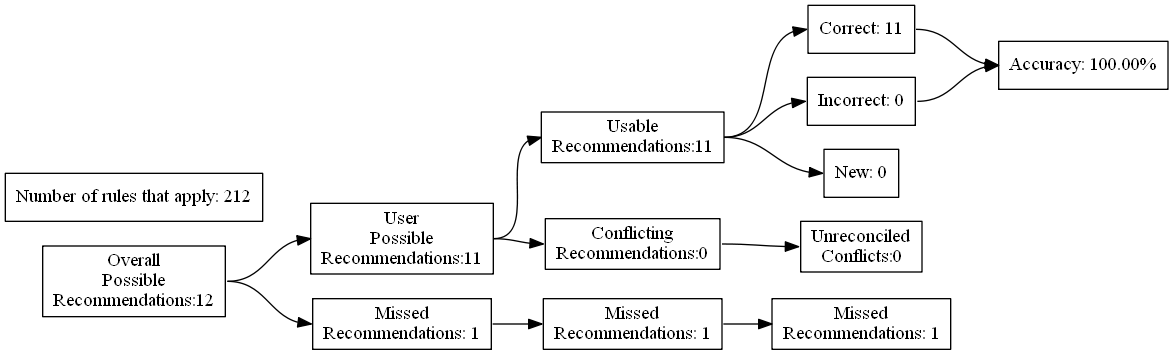
Earlier version of the Graphviz export test_renders/16.gv.png (ZaxR/ibd_diet_analysis). Its source is kept beside it as test_renders/16.gv.
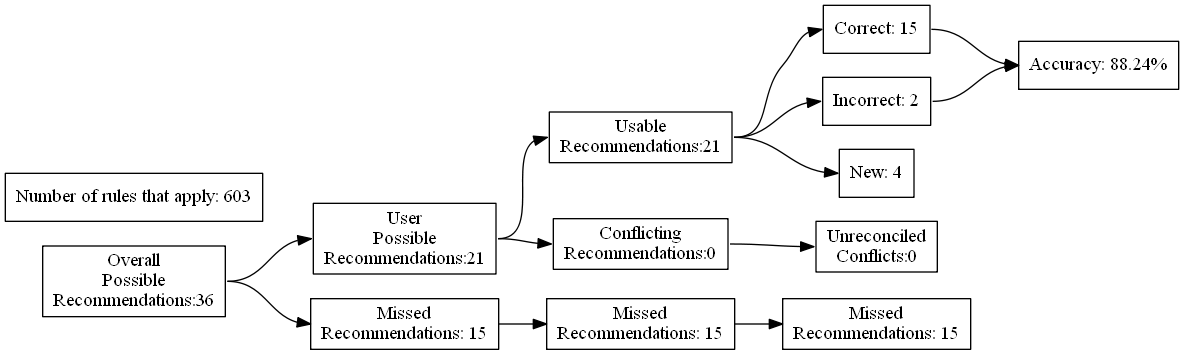
The same diagram one commit later.

Change to the diagram source:
```diff
@@ -4,27 +4,27 @@
 	edge [headport=w tailport=e]
 		A [label="Overall
 Possible
-Recommendations:12"]
+Recommendations:36"]
 		B [label="User
 Possible
-Recommendations:11"]
+Recommendations:21"]
 		C [label="Missed
-Recommendations: 1"]
+Recommendations: 15"]
 		D [label="Usable
-Recommendations:11"]
+Recommendations:21"]
 		E [label="Conflicting
 Recommendations:0"]
 		J [label="Missed
-Recommendations: 1"]
+Recommendations: 15"]
 		M [label="Unreconciled
 Conflicts:0"]
-		F [label="Correct: 11"]
-		G [label="Incorrect: 0"]
-		H [label="New: 0"]
+		F [label="Correct: 15"]
+		G [label="Incorrect: 2"]
+		H [label="New: 4"]
 		K [label="Missed
-Recommendations: 1"]
-		I [label="Accuracy: 100.00%"]
-		l [label="Number of rules that apply: 212"]
+Recommendations: 15"]
+		I [label="Accuracy: 88.24%"]
+		l [label="Number of rules that apply: 603"]
 			A -> B
 			A -> C
 			B -> D
```
